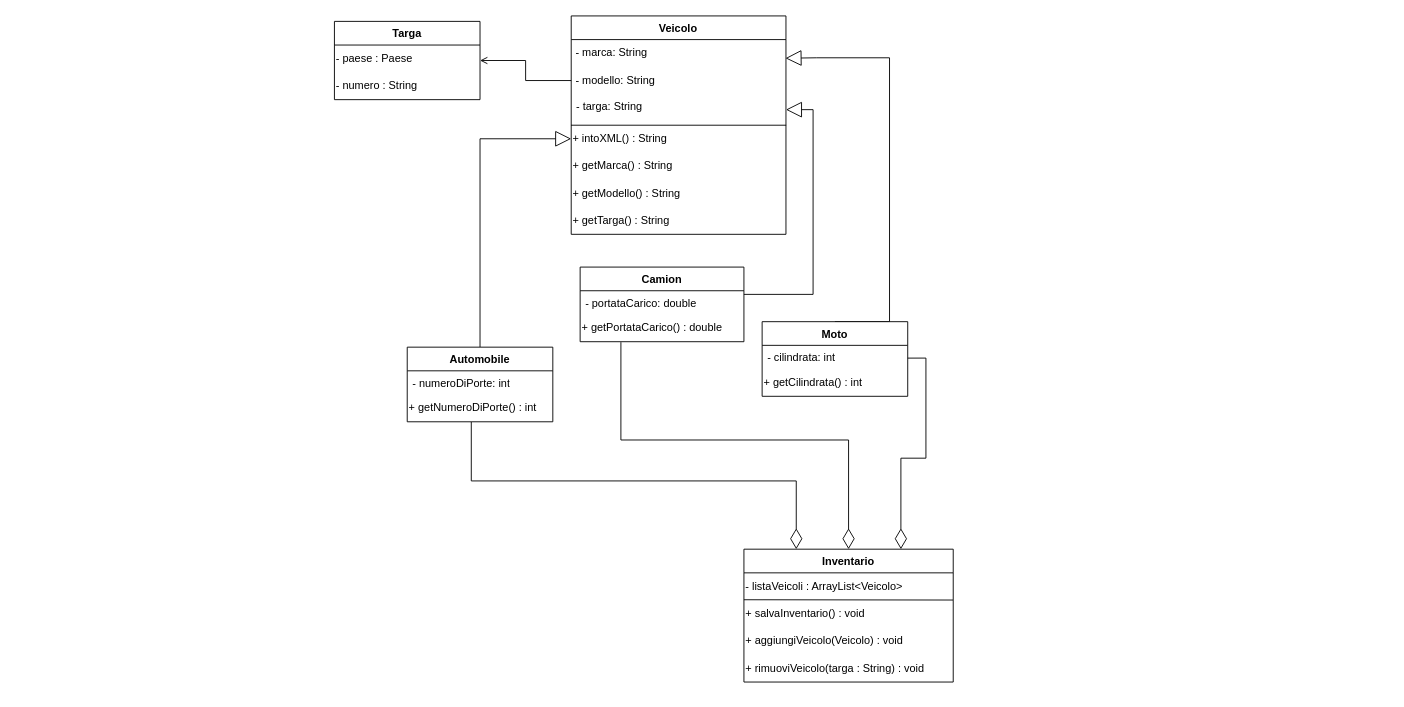
Earlier version of the draw.io diagram UML-Progetto-EPS.drawio (Bugs-Busters-UniBS/Progetto-EPS). Source tidied: cells renumbered, new cells numbered last; positions are measured from the earlier drawing's top-left corner, leaving out a move shared by most shapes. Both pictures are drawn from the tidied source at 91%, with x=0, y=0 at pixel (334, 15).
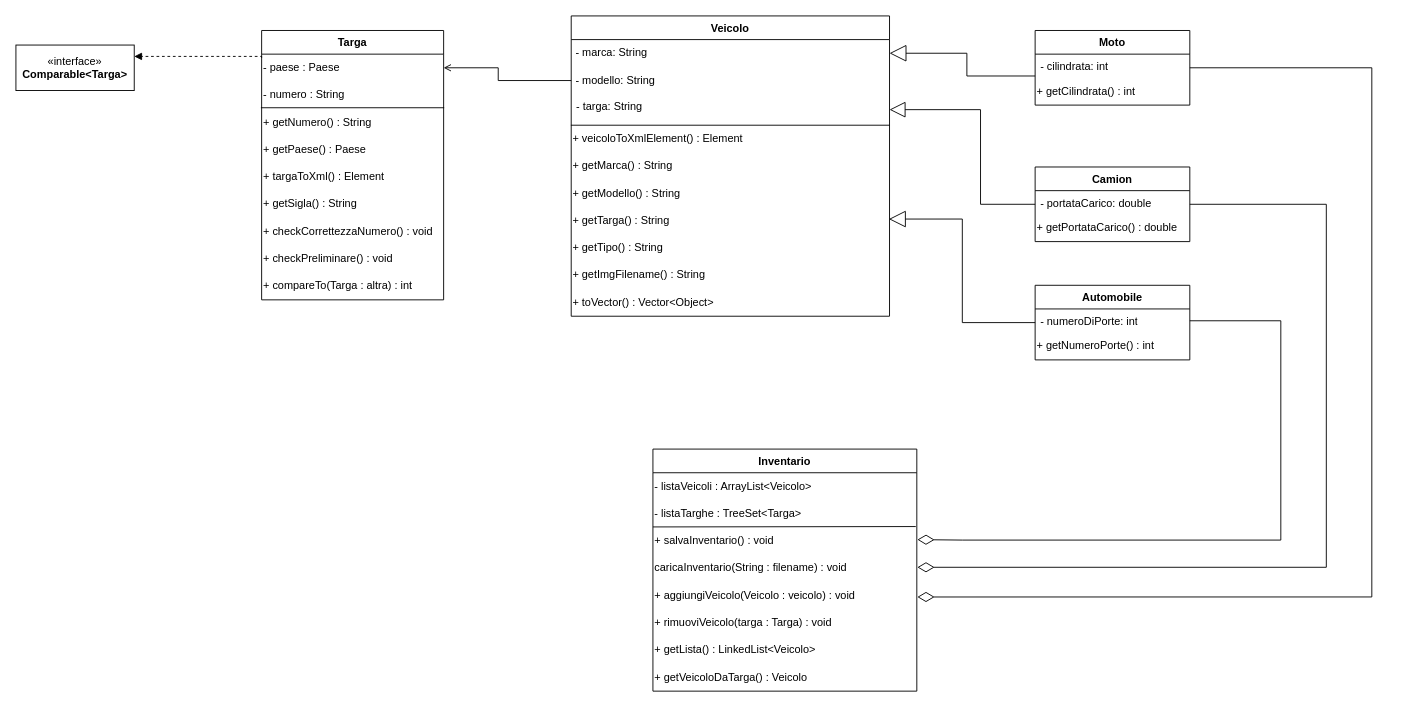
After the change.

Commit message (it also covers changes not shown here):
Aggiornato diagramma UML Risolto Warning Targa

What changed in the source:
```diff
@@
     <mxCell id="2" value="Veicolo" style="swimlane;fontStyle=1;align=center;verticalAlign=top;horizontal=1;startSize=26;whiteSpace=wrap;html=1;" parent="1" vertex="1">
-      <mxGeometry x="260.2" width="236" height="240" as="geometry" />
+      <mxGeometry x="260.2" width="349.8" height="330" as="geometry" />
     </mxCell>
     <mxCell id="3" value="&amp;nbsp;- marca: String" style="text;html=1;align=left;verticalAlign=middle;points=[];strokeColor=none;fillColor=none;" parent="2" vertex="1">
-      <mxGeometry y="26" width="236" height="30" as="geometry" />
+      <mxGeometry y="26" width="349.8" height="30" as="geometry" />
     </mxCell>
     <mxCell id="4" value="&amp;nbsp;- modello: String" style="text;html=1;align=left;verticalAlign=middle;points=[];strokeColor=none;fillColor=none;" parent="2" vertex="1">
-      <mxGeometry y="56" width="236" height="30" as="geometry" />
+      <mxGeometry y="56" width="349.8" height="30" as="geometry" />
     </mxCell>
     <mxCell id="5" value="- targa: String" style="text;strokeColor=none;fillColor=none;align=left;verticalAlign=top;spacingLeft=4;spacingRight=4;overflow=hidden;points=[[0,0.5],[1,0.5]];portConstraint=eastwest;whiteSpace=wrap;html=1;" parent="2" vertex="1">
-      <mxGeometry y="86" width="236" height="34" as="geometry" />
+      <mxGeometry y="86" width="349.8" height="34" as="geometry" />
     </mxCell>
-    <mxCell id="6" value="+ intoXML() : String" style="text;html=1;align=left;verticalAlign=middle;points=[];strokeColor=none;fillColor=none;" parent="2" vertex="1">
-      <mxGeometry y="120" width="236" height="30" as="geometry" />
+    <mxCell id="6" value="+ veicoloToXmlElement() : Element" style="text;html=1;align=left;verticalAlign=middle;points=[];strokeColor=none;fillColor=none;" parent="2" vertex="1">
+      <mxGeometry y="120" width="349.8" height="30" as="geometry" />
     </mxCell>
@@
     <mxCell id="8" value="+ getMarca() : String" style="text;html=1;align=left;verticalAlign=middle;strokeColor=none;fillColor=none;" parent="2" vertex="1">
-      <mxGeometry y="150" width="236" height="30" as="geometry" />
+      <mxGeometry y="150" width="349.8" height="30" as="geometry" />
     </mxCell>
     <mxCell id="9" value="+ getModello() : String" style="text;html=1;align=left;verticalAlign=middle;strokeColor=none;fillColor=none;" parent="2" vertex="1">
-      <mxGeometry y="180" width="236" height="30" as="geometry" />
+      <mxGeometry y="180" width="349.8" height="30" as="geometry" />
     </mxCell>
     <mxCell id="10" value="+ getTarga() : String" style="text;html=1;align=left;verticalAlign=middle;points=[];strokeColor=none;fillColor=none;" parent="2" vertex="1">
-      <mxGeometry y="210" width="236" height="30" as="geometry" />
+      <mxGeometry y="210" width="349.8" height="30" as="geometry" />
     </mxCell>
-    <mxCell id="11" style="edgeStyle=orthogonalEdgeStyle;rounded=0;jettySize=auto;html=1;endArrow=block;endFill=0;endSize=15;" parent="1" edge="1" source="12" target="6">
-      <mxGeometry relative="1" as="geometry">
-        <Array as="points">
-          <mxPoint x="160" y="135" />
-        </Array>
-      </mxGeometry>
-    </mxCell>
+    <mxCell id="36" value="+ getTipo() : String" style="text;html=1;align=left;verticalAlign=middle;strokeColor=none;fillColor=none;" parent="2" vertex="1">
+      <mxGeometry y="240" width="349.8" height="30" as="geometry" />
+    </mxCell>
+    <mxCell id="37" value="+ getImgFilename() : String" style="text;html=1;align=left;verticalAlign=middle;strokeColor=none;fillColor=none;" parent="2" vertex="1">
+      <mxGeometry y="270" width="349.8" height="30" as="geometry" />
+    </mxCell>
+    <mxCell id="38" value="+ toVector() : Vector&amp;lt;Object&amp;gt;" style="text;html=1;align=left;verticalAlign=middle;strokeColor=none;fillColor=none;" parent="2" vertex="1">
+      <mxGeometry y="300" width="349.8" height="30" as="geometry" />
+    </mxCell>
+    <mxCell id="39" style="edgeStyle=orthogonalEdgeStyle;rounded=0;jettySize=auto;html=1;entryX=0.998;entryY=0.441;entryDx=0;entryDy=0;entryPerimeter=0;endArrow=block;endFill=0;endSize=16;" parent="1" edge="1" source="12" target="10">
+      <mxGeometry relative="1" as="geometry">
+        <Array as="points">
+          <mxPoint x="690" y="337" />
+          <mxPoint x="690" y="223" />
+        </Array>
+      </mxGeometry>
+    </mxCell>
     <mxCell id="12" value="Automobile" style="swimlane;fontStyle=1;align=center;verticalAlign=top;horizontal=1;startSize=26;whiteSpace=wrap;html=1;" parent="1" vertex="1">
-      <mxGeometry x="80" y="364" width="160" height="82" as="geometry" />
+      <mxGeometry x="770" y="296" width="170" height="82" as="geometry" />
     </mxCell>
     <mxCell id="13" value="- numeroDiPorte: int" style="text;strokeColor=none;fillColor=none;align=left;verticalAlign=top;spacingLeft=4;spacingRight=4;overflow=hidden;points=[[0,0.5],[1,0.5]];portConstraint=eastwest;whiteSpace=wrap;html=1;" parent="12" vertex="1">
-      <mxGeometry y="26" width="160" height="26" as="geometry" />
+      <mxGeometry y="26" width="170" height="26" as="geometry" />
     </mxCell>
-    <mxCell id="14" value="+ getNumeroDiPorte() : int" style="text;html=1;align=left;verticalAlign=middle;points=[];strokeColor=none;fillColor=none;" parent="12" vertex="1">
-      <mxGeometry y="52" width="160" height="30" as="geometry" />
+    <mxCell id="14" value="+ getNumeroPorte() : int" style="text;html=1;align=left;verticalAlign=middle;points=[];strokeColor=none;fillColor=none;" parent="12" vertex="1">
+      <mxGeometry y="52" width="170" height="30" as="geometry" />
     </mxCell>
     <mxCell id="15" style="edgeStyle=orthogonalEdgeStyle;rounded=0;jettySize=auto;html=1;entryX=1;entryY=0.5;entryDx=0;entryDy=0;endArrow=block;endFill=0;endSize=15;" parent="1" edge="1" source="16" target="5">
       <mxGeometry relative="1" as="geometry">
         <Array as="points">
-          <mxPoint x="526" y="306" />
-          <mxPoint x="526" y="103" />
+          <mxPoint x="710" y="207" />
+          <mxPoint x="710" y="103" />
         </Array>
       </mxGeometry>
     </mxCell>
+    <mxCell id="40" style="edgeStyle=orthogonalEdgeStyle;rounded=0;jettySize=auto;html=1;entryX=1.002;entryY=0.463;entryDx=0;entryDy=0;entryPerimeter=0;endArrow=diamondThin;endFill=0;endSize=16;" parent="1" edge="1" source="16" target="43">
+      <mxGeometry relative="1" as="geometry">
+        <Array as="points">
+          <mxPoint x="1090" y="207" />
+          <mxPoint x="1090" y="606" />
+          <mxPoint x="641" y="606" />
+        </Array>
+      </mxGeometry>
+    </mxCell>
     <mxCell id="16" value="Camion" style="swimlane;fontStyle=1;align=center;verticalAlign=top;horizontal=1;startSize=26;whiteSpace=wrap;html=1;" parent="1" vertex="1">
-      <mxGeometry x="270" y="276" width="180" height="82" as="geometry" />
+      <mxGeometry x="770" y="166" width="170" height="82" as="geometry" />
     </mxCell>
     <mxCell id="17" value="- portataCarico: double" style="text;strokeColor=none;fillColor=none;align=left;verticalAlign=top;spacingLeft=4;spacingRight=4;overflow=hidden;whiteSpace=wrap;html=1;" parent="16" vertex="1">
-      <mxGeometry y="26" width="180" height="26" as="geometry" />
+      <mxGeometry y="26" width="170" height="26" as="geometry" />
     </mxCell>
     <mxCell id="18" value="+ getPortataCarico() : double" style="text;html=1;align=left;verticalAlign=middle;points=[];strokeColor=none;fillColor=none;" parent="16" vertex="1">
-      <mxGeometry y="52" width="180" height="30" as="geometry" />
+      <mxGeometry y="52" width="170" height="30" as="geometry" />
     </mxCell>
-    <mxCell id="19" style="edgeStyle=orthogonalEdgeStyle;rounded=0;jettySize=auto;html=1;endArrow=block;endFill=0;endSize=15;exitX=0.5;exitY=0;exitDx=0;exitDy=0;entryX=0.998;entryY=0.683;entryDx=0;entryDy=0;entryPerimeter=0;" parent="1" edge="1" source="20" target="3">
+    <mxCell id="19" style="edgeStyle=orthogonalEdgeStyle;rounded=0;jettySize=auto;html=1;endArrow=block;endFill=0;endSize=16;" parent="1" edge="1" source="20" target="3">
       <mxGeometry relative="1" as="geometry">
         <Array as="points">
-          <mxPoint x="610" y="336" />
-          <mxPoint x="610" y="46" />
-          <mxPoint x="530" y="46" />
+          <mxPoint x="695" y="66" />
+          <mxPoint x="695" y="41" />
         </Array>
       </mxGeometry>
     </mxCell>
+    <mxCell id="41" style="edgeStyle=orthogonalEdgeStyle;rounded=0;jettySize=auto;html=1;entryX=1.002;entryY=0.551;entryDx=0;entryDy=0;entryPerimeter=0;endArrow=diamondThin;endFill=0;endSize=16;" parent="1" edge="1" source="20" target="26">
+      <mxGeometry relative="1" as="geometry">
+        <Array as="points">
+          <mxPoint x="1140" y="57" />
+          <mxPoint x="1140" y="639" />
+          <mxPoint x="641" y="639" />
+        </Array>
+      </mxGeometry>
+    </mxCell>
     <mxCell id="20" value="Moto" style="swimlane;fontStyle=1;align=center;verticalAlign=top;horizontal=1;startSize=26;whiteSpace=wrap;html=1;" parent="1" vertex="1">
-      <mxGeometry x="470" y="336" width="160" height="82" as="geometry" />
+      <mxGeometry x="770" y="16" width="170" height="82" as="geometry" />
     </mxCell>
     <mxCell id="21" value="- cilindrata: int" style="text;strokeColor=none;fillColor=none;align=left;verticalAlign=top;spacingLeft=4;spacingRight=4;overflow=hidden;points=[[0,0.5],[1,0.5]];portConstraint=eastwest;whiteSpace=wrap;html=1;" parent="20" vertex="1">
-      <mxGeometry y="26" width="160" height="26" as="geometry" />
+      <mxGeometry y="26" width="170" height="26" as="geometry" />
     </mxCell>
     <mxCell id="22" value="+ getCilindrata() : int" style="text;html=1;align=left;verticalAlign=middle;strokeColor=none;fillColor=none;" parent="20" vertex="1">
-      <mxGeometry y="52" width="160" height="30" as="geometry" />
+      <mxGeometry y="52" width="170" height="30" as="geometry" />
     </mxCell>
     <mxCell id="23" value="Inventario" style="swimlane;fontStyle=1;align=center;verticalAlign=top;horizontal=1;startSize=26;whiteSpace=wrap;html=1;" parent="1" vertex="1">
-      <mxGeometry x="450" y="586" width="230" height="146" as="geometry" />
+      <mxGeometry x="350" y="476" width="290" height="266" as="geometry" />
     </mxCell>
     <mxCell id="24" value="- listaVeicoli : ArrayList&amp;lt;Veicolo&amp;gt;" style="text;html=1;align=left;verticalAlign=middle;points=[];strokeColor=none;fillColor=none;" parent="23" vertex="1">
-      <mxGeometry y="26" width="230" height="30" as="geometry" />
+      <mxGeometry y="26" width="290" height="30" as="geometry" />
     </mxCell>
+    <mxCell id="42" value="- listaTarghe : TreeSet&amp;lt;Targa&amp;gt;" style="text;html=1;align=left;verticalAlign=middle;strokeColor=none;fillColor=none;" parent="23" vertex="1">
+      <mxGeometry y="56" width="290" height="30" as="geometry" />
+    </mxCell>
     <mxCell id="25" value="+ salvaInventario() : void" style="text;html=1;align=left;verticalAlign=middle;points=[];strokeColor=none;fillColor=none;" parent="23" vertex="1">
-      <mxGeometry y="56" width="230" height="30" as="geometry" />
+      <mxGeometry y="86" width="290" height="30" as="geometry" />
     </mxCell>
+    <mxCell id="43" value="caricaInventario(String : filename) : void" style="text;html=1;align=left;verticalAlign=middle;points=[];strokeColor=none;fillColor=none;" parent="23" vertex="1">
+      <mxGeometry y="116" width="290" height="30" as="geometry" />
+    </mxCell>
-    <mxCell id="26" value="+ aggiungiVeicolo(Veicolo) : void" style="text;html=1;align=left;verticalAlign=middle;points=[];strokeColor=none;fillColor=none;" parent="23" vertex="1">
-      <mxGeometry y="86" width="230" height="30" as="geometry" />
+    <mxCell id="26" value="+ aggiungiVeicolo(Veicolo : veicolo) : void" style="text;html=1;align=left;verticalAlign=middle;points=[];strokeColor=none;fillColor=none;" parent="23" vertex="1">
+      <mxGeometry y="146" width="290" height="30" as="geometry" />
     </mxCell>
-    <mxCell id="27" value="+ rimuoviVeicolo(targa : String) : void" style="text;html=1;align=left;verticalAlign=middle;strokeColor=none;fillColor=none;" parent="23" vertex="1">
-      <mxGeometry y="116" width="230" height="30" as="geometry" />
+    <mxCell id="27" value="+ rimuoviVeicolo(targa : Targa) : void" style="text;html=1;align=left;verticalAlign=middle;strokeColor=none;fillColor=none;" parent="23" vertex="1">
+      <mxGeometry y="176" width="290" height="30" as="geometry" />
     </mxCell>
-    <mxCell id="28" style="endArrow=none;html=1;rounded=0;exitX=0;exitY=-0.015;exitDx=0;exitDy=0;exitPerimeter=0;entryX=0.999;entryY=0.996;entryDx=0;entryDy=0;entryPerimeter=0;" parent="23" edge="1" source="25" target="24">
+    <mxCell id="28" style="endArrow=none;html=1;rounded=0;exitX=0;exitY=-0.015;exitDx=0;exitDy=0;exitPerimeter=0;entryX=0.996;entryY=-0.029;entryDx=0;entryDy=0;entryPerimeter=0;" parent="23" edge="1" source="25" target="25">
       <mxGeometry relative="1" as="geometry" />
     </mxCell>
-    <mxCell id="29" style="edgeStyle=orthogonalEdgeStyle;rounded=0;jettySize=auto;html=1;exitX=0.44;exitY=1.008;exitDx=0;exitDy=0;entryX=0.25;entryY=0;entryDx=0;entryDy=0;endArrow=diamondThin;endFill=0;endSize=20;exitPerimeter=0;" parent="1" edge="1" source="14" target="23">
-      <mxGeometry relative="1" as="geometry">
-        <Array as="points">
-          <mxPoint x="150" y="511" />
-          <mxPoint x="508" y="511" />
-        </Array>
-      </mxGeometry>
-    </mxCell>
-    <mxCell id="30" style="edgeStyle=orthogonalEdgeStyle;rounded=0;jettySize=auto;html=1;entryX=0.5;entryY=0;entryDx=0;entryDy=0;endArrow=diamondThin;endFill=0;endSize=20;exitX=0.249;exitY=1.018;exitDx=0;exitDy=0;exitPerimeter=0;" parent="1" edge="1" source="18" target="23">
-      <mxGeometry relative="1" as="geometry">
-        <Array as="points">
-          <mxPoint x="315" y="466" />
-          <mxPoint x="565" y="466" />
-        </Array>
-      </mxGeometry>
-    </mxCell>
-    <mxCell id="31" style="edgeStyle=orthogonalEdgeStyle;rounded=0;jettySize=auto;html=1;entryX=0.75;entryY=0;entryDx=0;entryDy=0;endArrow=diamondThin;endFill=0;endSize=20;exitX=1;exitY=0.54;exitDx=0;exitDy=0;exitPerimeter=0;" parent="1" edge="1" source="21" target="23">
-      <mxGeometry relative="1" as="geometry">
-        <Array as="points">
-          <mxPoint x="650" y="376" />
-          <mxPoint x="650" y="486" />
-          <mxPoint x="622" y="486" />
-        </Array>
-      </mxGeometry>
-    </mxCell>
+    <mxCell id="44" value="+ getLista() : LinkedList&amp;lt;Veicolo&amp;gt;" style="text;html=1;align=left;verticalAlign=middle;strokeColor=none;fillColor=none;" parent="23" vertex="1">
+      <mxGeometry y="206" width="290" height="30" as="geometry" />
+    </mxCell>
+    <mxCell id="45" value="+ getVeicoloDaTarga() : Veicolo" style="text;html=1;align=left;verticalAlign=middle;strokeColor=none;fillColor=none;" parent="23" vertex="1">
+      <mxGeometry y="236" width="290" height="30" as="geometry" />
+    </mxCell>
     <mxCell id="32" value="Targa" style="swimlane;fontStyle=1;align=center;verticalAlign=top;horizontal=1;startSize=26;whiteSpace=wrap;html=1;" parent="1" vertex="1">
-      <mxGeometry y="6" width="160" height="86" as="geometry" />
+      <mxGeometry x="-80" y="16" width="200" height="296" as="geometry" />
     </mxCell>
     <mxCell id="33" value="- paese : Paese" style="text;html=1;align=left;verticalAlign=middle;points=[];strokeColor=none;fillColor=none;" parent="32" vertex="1">
-      <mxGeometry y="26" width="160" height="30" as="geometry" />
+      <mxGeometry y="26" width="200" height="30" as="geometry" />
     </mxCell>
     <mxCell id="34" value="- numero : String" style="text;html=1;align=left;verticalAlign=middle;strokeColor=none;fillColor=none;" parent="32" vertex="1">
-      <mxGeometry y="56" width="160" height="30" as="geometry" />
+      <mxGeometry y="56" width="200" height="30" as="geometry" />
     </mxCell>
+    <mxCell id="46" value="+ getNumero() : String" style="text;html=1;align=left;verticalAlign=middle;strokeColor=none;fillColor=none;" parent="32" vertex="1">
+      <mxGeometry y="86" width="200" height="30" as="geometry" />
+    </mxCell>
+    <mxCell id="47" value="+ getPaese() : Paese" style="text;html=1;align=left;verticalAlign=middle;strokeColor=none;fillColor=none;" parent="32" vertex="1">
+      <mxGeometry y="116" width="200" height="30" as="geometry" />
+    </mxCell>
+    <mxCell id="48" value="+ targaToXml() : Element" style="text;html=1;align=left;verticalAlign=middle;strokeColor=none;fillColor=none;" parent="32" vertex="1">
+      <mxGeometry y="146" width="200" height="30" as="geometry" />
+    </mxCell>
+    <mxCell id="49" value="+ getSigla() : String" style="text;html=1;align=left;verticalAlign=middle;strokeColor=none;fillColor=none;" parent="32" vertex="1">
+      <mxGeometry y="176" width="200" height="30" as="geometry" />
+    </mxCell>
+    <mxCell id="50" value="+ checkCorrettezzaNumero() : void" style="text;html=1;align=left;verticalAlign=middle;strokeColor=none;fillColor=none;" parent="32" vertex="1">
+      <mxGeometry y="206" width="200" height="30" as="geometry" />
+    </mxCell>
+    <mxCell id="51" value="+ checkPreliminare() : void" style="text;html=1;align=left;verticalAlign=middle;strokeColor=none;fillColor=none;" parent="32" vertex="1">
+      <mxGeometry y="236" width="200" height="30" as="geometry" />
+    </mxCell>
+    <mxCell id="52" value="+ compareTo(Targa : altra) : int" style="text;html=1;align=left;verticalAlign=middle;strokeColor=none;fillColor=none;" parent="32" vertex="1">
+      <mxGeometry y="266" width="200" height="30" as="geometry" />
+    </mxCell>
+    <mxCell id="53" style="endArrow=none;html=1;rounded=0;exitX=-0.004;exitY=-0.036;exitDx=0;exitDy=0;exitPerimeter=0;entryX=1.003;entryY=-0.036;entryDx=0;entryDy=0;entryPerimeter=0;" parent="32" edge="1">
+      <mxGeometry relative="1" as="geometry">
+        <mxPoint x="-0.8" y="84.9" as="sourcePoint" />
+        <mxPoint x="200.6" y="84.9" as="targetPoint" />
+      </mxGeometry>
+    </mxCell>
-    <mxCell id="35" style="edgeStyle=orthogonalEdgeStyle;rounded=0;jettySize=auto;html=1;entryX=1;entryY=0.5;entryDx=0;entryDy=0;endArrow=open;endFill=0;" parent="1" edge="1" source="4" target="32">
-      <mxGeometry relative="1" as="geometry" />
+    <mxCell id="35" style="edgeStyle=orthogonalEdgeStyle;rounded=0;jettySize=auto;html=1;endArrow=open;endFill=0;" parent="1" edge="1" source="4" target="33">
+      <mxGeometry relative="1" as="geometry">
+        <Array as="points">
+          <mxPoint x="180" y="71" />
+          <mxPoint x="180" y="57" />
+        </Array>
+      </mxGeometry>
     </mxCell>
+    <mxCell id="54" value="«interface»&lt;br&gt;&lt;b&gt;Comparable&amp;lt;Targa&amp;gt;&lt;/b&gt;" style="html=1;whiteSpace=wrap;" parent="1" vertex="1">
+      <mxGeometry x="-350" y="32" width="130" height="50" as="geometry" />
+    </mxCell>
+    <mxCell id="55" style="edgeStyle=orthogonalEdgeStyle;rounded=0;jettySize=auto;html=1;entryX=1;entryY=0.25;entryDx=0;entryDy=0;exitX=0;exitY=0.133;exitDx=0;exitDy=0;exitPerimeter=0;dashed=1;endArrow=block;endFill=1;" parent="1" edge="1" source="33" target="54">
+      <mxGeometry relative="1" as="geometry">
+        <Array as="points">
+          <mxPoint x="-220" y="45" />
+        </Array>
+      </mxGeometry>
+    </mxCell>
+    <mxCell id="56" style="edgeStyle=orthogonalEdgeStyle;rounded=0;jettySize=auto;html=1;entryX=1.002;entryY=0.45;entryDx=0;entryDy=0;entryPerimeter=0;endArrow=diamondThin;endFill=0;endSize=16;" parent="1" edge="1" source="13" target="25">
+      <mxGeometry relative="1" as="geometry">
+        <Array as="points">
+          <mxPoint x="1040" y="335" />
+          <mxPoint x="1040" y="576" />
+          <mxPoint x="690" y="576" />
+        </Array>
+      </mxGeometry>
+    </mxCell>
```
